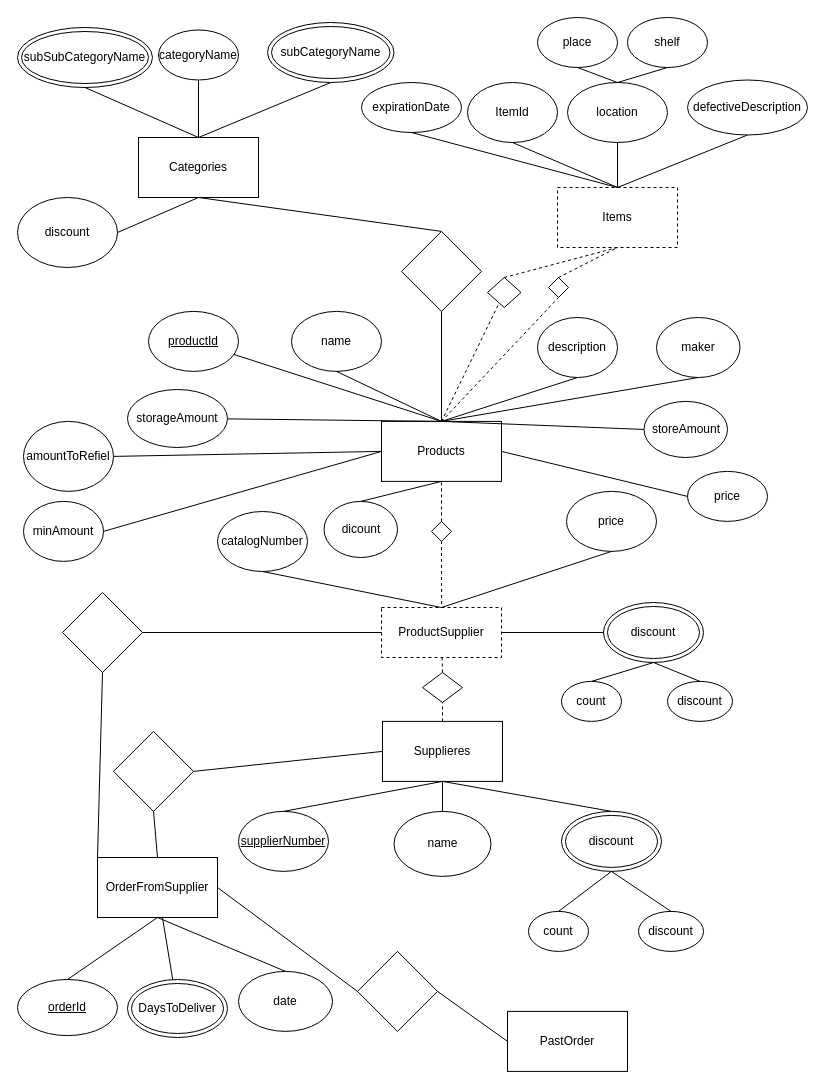
Naveavra/Market keeps this draw.io diagram as docs/erd.drawio. Above is the earlier version. Source tidied: cells renumbered, new cells numbered last; positions are measured from the earlier drawing's top-left corner, leaving out a move shared by most shapes. Both pictures are drawn from the tidied source at 100%, with x=0, y=0 at pixel (17, 17).
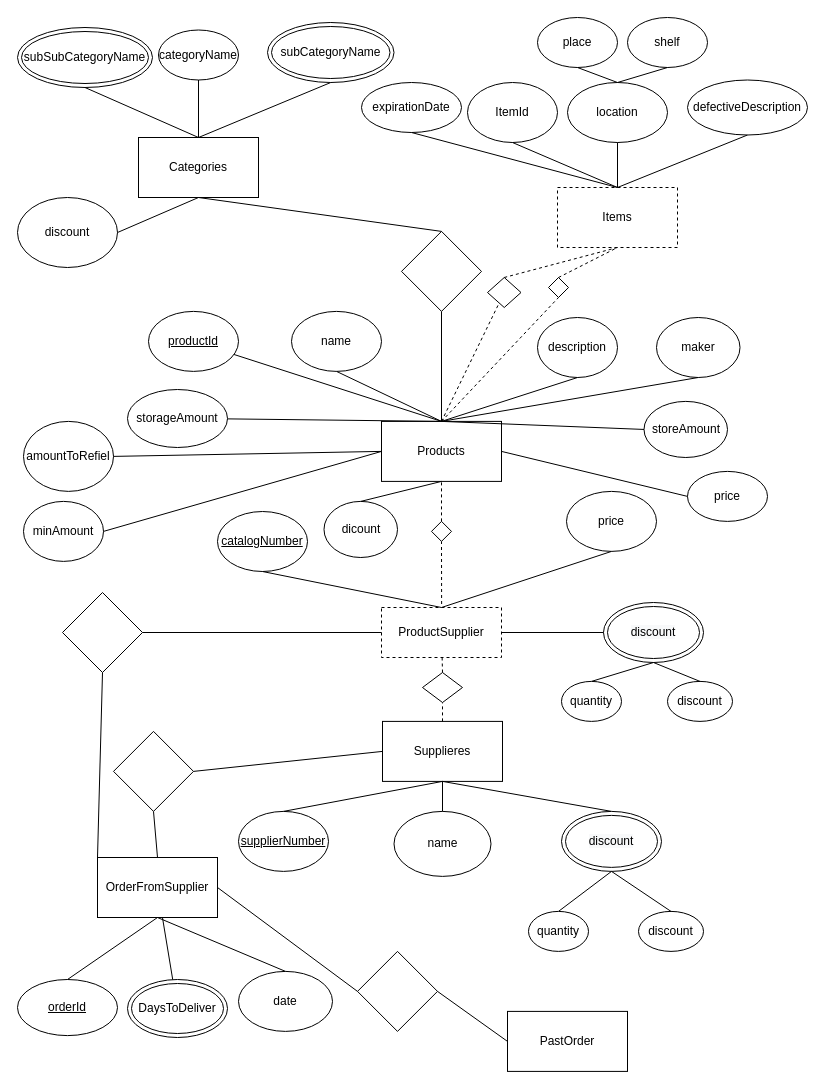
The same diagram, later.

What changed in the source:
```diff
@@
-    <mxCell id="36" value="catalogNumber" style="ellipse;whiteSpace=wrap;html=1;" parent="1" vertex="1">
+    <mxCell id="36" value="&lt;u&gt;catalogNumber&lt;/u&gt;" style="ellipse;whiteSpace=wrap;html=1;" parent="1" vertex="1">
       <mxGeometry x="200" y="494" width="90" height="60" as="geometry" />
     </mxCell>
@@
-    <mxCell id="42" value="count" style="ellipse;whiteSpace=wrap;html=1;" parent="1" vertex="1">
+    <mxCell id="42" value="quantity" style="ellipse;whiteSpace=wrap;html=1;" parent="1" vertex="1">
       <mxGeometry x="544" y="663.9" width="60" height="40" as="geometry" />
     </mxCell>
@@
-    <mxCell id="52" value="count" style="ellipse;whiteSpace=wrap;html=1;" parent="1" vertex="1">
+    <mxCell id="52" value="quantity" style="ellipse;whiteSpace=wrap;html=1;" parent="1" vertex="1">
       <mxGeometry x="511" y="893.9" width="60" height="40" as="geometry" />
     </mxCell>
```
